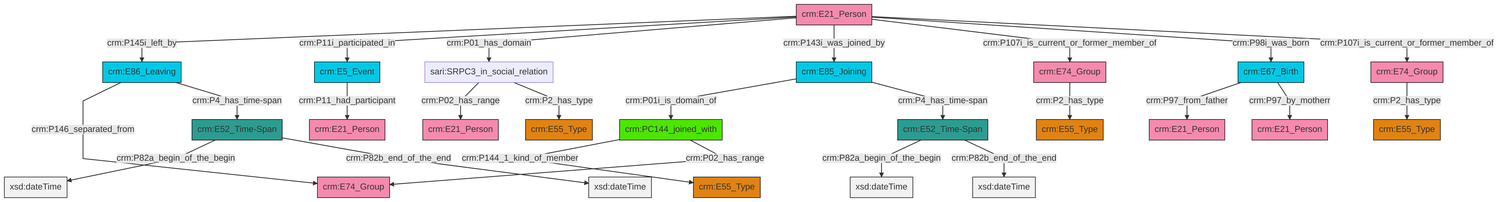
Before: et/personCSV/ttl/mmd/png/Person_Actor_Relations.png, a diagram exported from Mermaid (swiss-art-research-net/docs.swissartresearch). Its source is kept beside it as et/personCSV/ttl/mmd/Person_Actor_Relations.ttl.mmd.
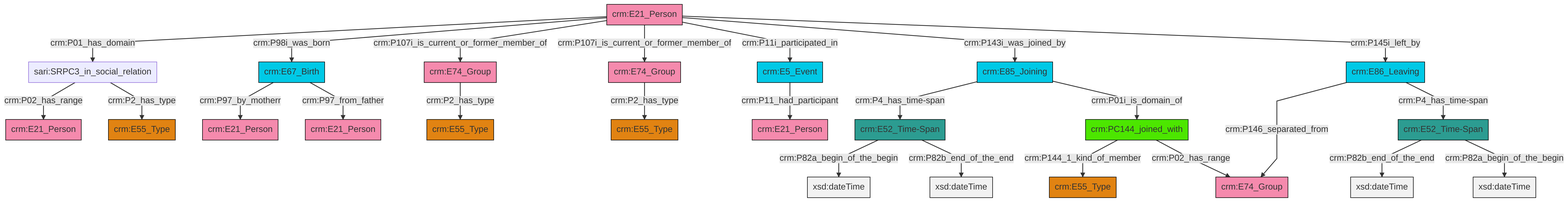
The same diagram one commit later.

Diff of the diagram source:
```diff
@@ -13,27 +13,27 @@
 classDef PC_Classes fill:#4ce600, stroke:#000000;
 classDef Multi fill:#cccccc,stroke:#000000;
 
-0["crm:E21_Person"]:::Actor -->|crm:P145i_left_by| 1["crm:E86_Leaving"]:::Temporal_Entity
-1["crm:E86_Leaving"]:::Temporal_Entity -->|crm:P146_separated_from| 2["crm:E74_Group"]:::Actor
-3["crm:E5_Event"]:::Temporal_Entity -->|crm:P11_had_participant| 4["crm:E21_Person"]:::Actor
-5["crm:E74_Group"]:::Actor -->|crm:P2_has_type| 6["crm:E55_Type"]:::Type
-0["crm:E21_Person"]:::Actor -->|crm:P11i_participated_in| 3["crm:E5_Event"]:::Temporal_Entity
-7["crm:PC144_joined_with"]:::PC_Classes -->|crm:P144_1_kind_of_member| 8["crm:E55_Type"]:::Type
-9["crm:E85_Joining"]:::Temporal_Entity -->|crm:P01i_is_domain_of| 7["crm:PC144_joined_with"]:::PC_Classes
-14["crm:E52_Time-Span"]:::Time-Span -->|crm:P82a_begin_of_the_begin| 15[xsd:dateTime]:::Literal
-10["crm:E52_Time-Span"]:::Time-Span -->|crm:P82a_begin_of_the_begin| 16[xsd:dateTime]:::Literal
-0["crm:E21_Person"]:::Actor -->|crm:P01_has_domain| 17["sari:SRPC3_in_social_relation"]:::Default
-0["crm:E21_Person"]:::Actor -->|crm:P143i_was_joined_by| 9["crm:E85_Joining"]:::Temporal_Entity
-9["crm:E85_Joining"]:::Temporal_Entity -->|crm:P4_has_time-span| 14["crm:E52_Time-Span"]:::Time-Span
-7["crm:PC144_joined_with"]:::PC_Classes -->|crm:P02_has_range| 2["crm:E74_Group"]:::Actor
-14["crm:E52_Time-Span"]:::Time-Span -->|crm:P82b_end_of_the_end| 25[xsd:dateTime]:::Literal
-0["crm:E21_Person"]:::Actor -->|crm:P107i_is_current_or_former_member_of| 27["crm:E74_Group"]:::Actor
-0["crm:E21_Person"]:::Actor -->|crm:P98i_was_born| 21["crm:E67_Birth"]:::Temporal_Entity
-27["crm:E74_Group"]:::Actor -->|crm:P2_has_type| 12["crm:E55_Type"]:::Type
-17["sari:SRPC3_in_social_relation"]:::Default -->|crm:P02_has_range| 37["crm:E21_Person"]:::Actor
-17["sari:SRPC3_in_social_relation"]:::Default -->|crm:P2_has_type| 18["crm:E55_Type"]:::Type
-0["crm:E21_Person"]:::Actor -->|crm:P107i_is_current_or_former_member_of| 5["crm:E74_Group"]:::Actor
-1["crm:E86_Leaving"]:::Temporal_Entity -->|crm:P4_has_time-span| 10["crm:E52_Time-Span"]:::Time-Span
-10["crm:E52_Time-Span"]:::Time-Span -->|crm:P82b_end_of_the_end| 44[xsd:dateTime]:::Literal
-21["crm:E67_Birth"]:::Temporal_Entity -->|crm:P97_from_father| 32["crm:E21_Person"]:::Actor
-21["crm:E67_Birth"]:::Temporal_Entity -->|crm:P97_by_motherr| 38["crm:E21_Person"]:::Actor
+2["crm:E21_Person"]:::Actor -->|crm:P01_has_domain| 3["sari:SRPC3_in_social_relation"]:::Default
+6["crm:E52_Time-Span"]:::Time-Span -->|crm:P82b_end_of_the_end| 7[xsd:dateTime]:::Literal
+9["crm:E86_Leaving"]:::Temporal_Entity -->|crm:P146_separated_from| 10["crm:E74_Group"]:::Actor
+13["crm:PC144_joined_with"]:::PC_Classes -->|crm:P144_1_kind_of_member| 14["crm:E55_Type"]:::Type
+15["crm:E85_Joining"]:::Temporal_Entity -->|crm:P4_has_time-span| 16["crm:E52_Time-Span"]:::Time-Span
+3["sari:SRPC3_in_social_relation"]:::Default -->|crm:P02_has_range| 17["crm:E21_Person"]:::Actor
+2["crm:E21_Person"]:::Actor -->|crm:P98i_was_born| 4["crm:E67_Birth"]:::Temporal_Entity
+2["crm:E21_Person"]:::Actor -->|crm:P107i_is_current_or_former_member_of| 23["crm:E74_Group"]:::Actor
+15["crm:E85_Joining"]:::Temporal_Entity -->|crm:P01i_is_domain_of| 13["crm:PC144_joined_with"]:::PC_Classes
+2["crm:E21_Person"]:::Actor -->|crm:P107i_is_current_or_former_member_of| 26["crm:E74_Group"]:::Actor
+9["crm:E86_Leaving"]:::Temporal_Entity -->|crm:P4_has_time-span| 6["crm:E52_Time-Span"]:::Time-Span
+3["sari:SRPC3_in_social_relation"]:::Default -->|crm:P2_has_type| 27["crm:E55_Type"]:::Type
+23["crm:E74_Group"]:::Actor -->|crm:P2_has_type| 11["crm:E55_Type"]:::Type
+4["crm:E67_Birth"]:::Temporal_Entity -->|crm:P97_by_motherr| 0["crm:E21_Person"]:::Actor
+26["crm:E74_Group"]:::Actor -->|crm:P2_has_type| 18["crm:E55_Type"]:::Type
+32["crm:E5_Event"]:::Temporal_Entity -->|crm:P11_had_participant| 33["crm:E21_Person"]:::Actor
+2["crm:E21_Person"]:::Actor -->|crm:P11i_participated_in| 32["crm:E5_Event"]:::Temporal_Entity
+2["crm:E21_Person"]:::Actor -->|crm:P143i_was_joined_by| 15["crm:E85_Joining"]:::Temporal_Entity
+4["crm:E67_Birth"]:::Temporal_Entity -->|crm:P97_from_father| 20["crm:E21_Person"]:::Actor
+2["crm:E21_Person"]:::Actor -->|crm:P145i_left_by| 9["crm:E86_Leaving"]:::Temporal_Entity
+6["crm:E52_Time-Span"]:::Time-Span -->|crm:P82a_begin_of_the_begin| 40[xsd:dateTime]:::Literal
+16["crm:E52_Time-Span"]:::Time-Span -->|crm:P82a_begin_of_the_begin| 41[xsd:dateTime]:::Literal
+16["crm:E52_Time-Span"]:::Time-Span -->|crm:P82b_end_of_the_end| 43[xsd:dateTime]:::Literal
+13["crm:PC144_joined_with"]:::PC_Classes -->|crm:P02_has_range| 10["crm:E74_Group"]:::Actor
```
